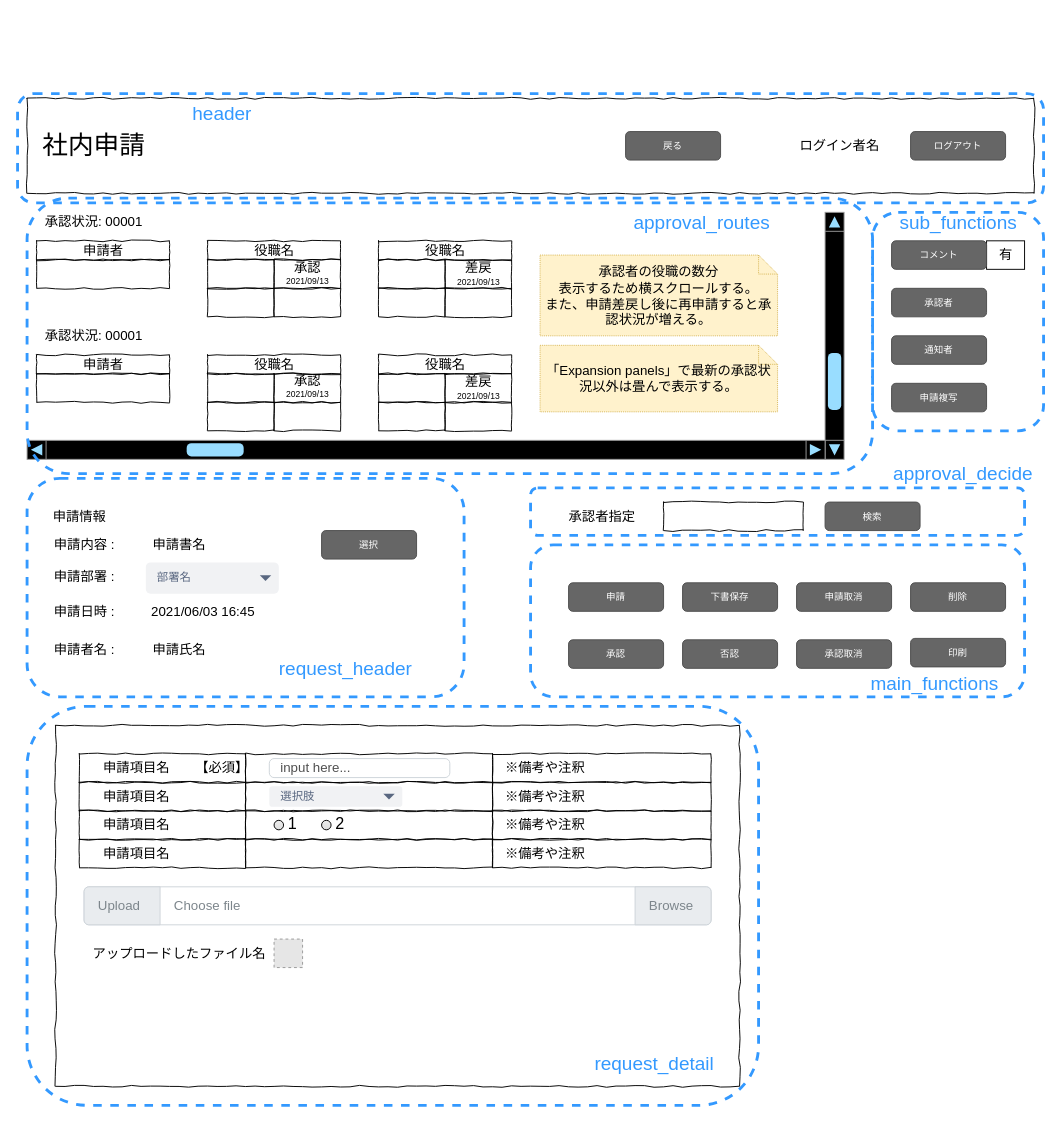
Earlier version of the draw.io diagram page "s020申請詳細" (10 of 10) of docs/設計資料/01_画面/画面イメージ.drawio (haphuongnt96/Django-REST-Practice). Source tidied: cells renumbered, new cells numbered last; positions are measured from the earlier drawing's top-left corner, leaving out a move shared by most shapes. Both pictures are drawn from the tidied source at 95%, with x=0, y=0 at pixel (17, 93). Pictures stored in the file or linked from it are replaced by grey dashed boxes.
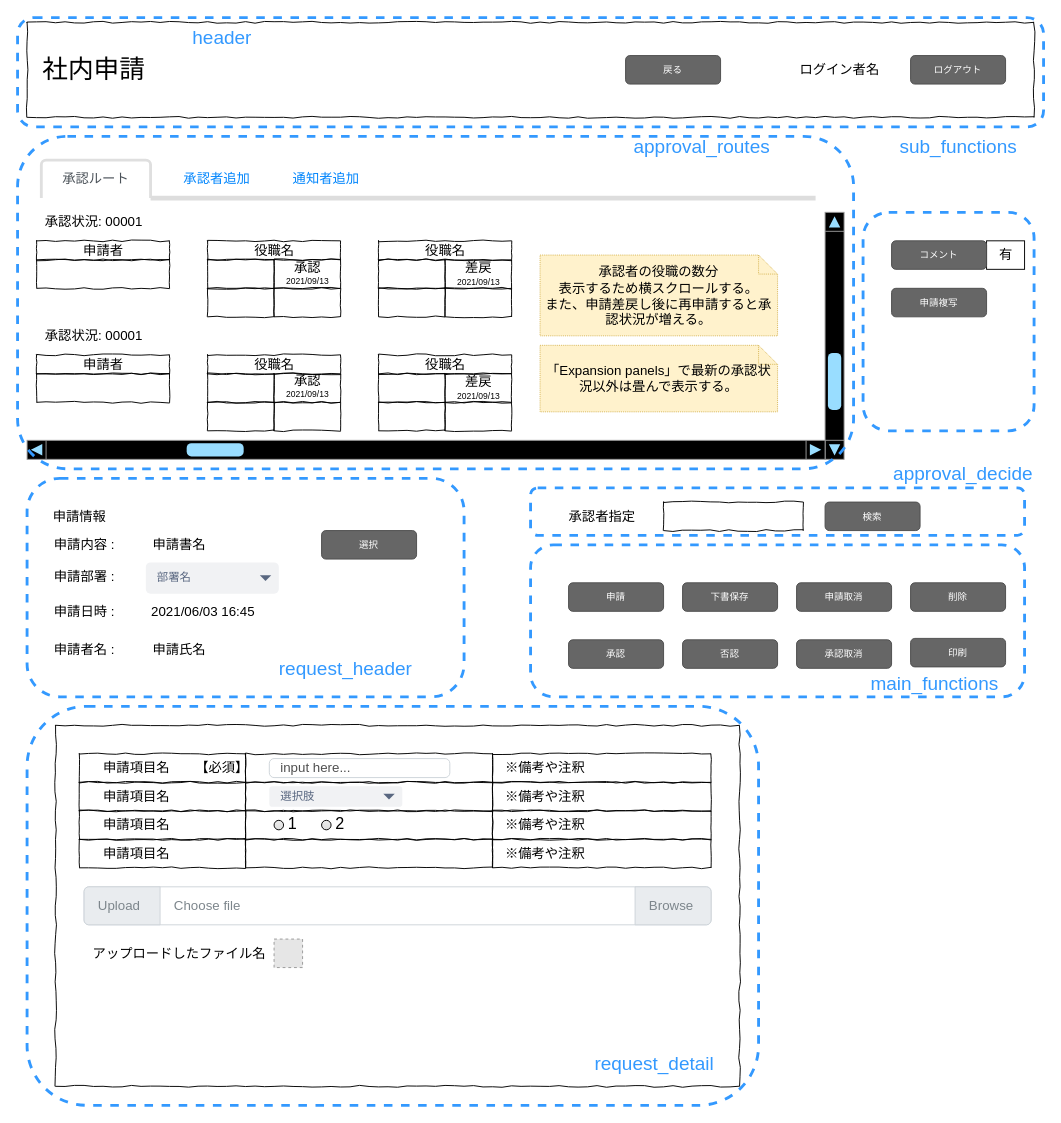
Above is the later version.

Commit message:
申請詳細イメージ変更

Change to the diagram source:
```diff
@@
     <mxCell id="2" style="whiteSpace=wrap;html=1;rounded=0;shadow=0;labelBackgroundColor=none;strokeColor=#000000;strokeWidth=1;fontFamily=Verdana;fontSize=12;fontColor=#000000;align=center;comic=1;" parent="1" vertex="1">
-      <mxGeometry x="10" y="5" width="1060" height="100" as="geometry" />
+      <mxGeometry x="10" y="-75" width="1060" height="100" as="geometry" />
     </mxCell>
@@
     <mxCell id="4" value="header" style="text;html=1;align=center;verticalAlign=middle;fillColor=none;strokeColor=none;rounded=0;fontSize=20;fontColor=#3399FF;" parent="1" vertex="1">
-      <mxGeometry x="175" y="5" width="80" height="30" as="geometry" />
+      <mxGeometry x="175" y="-75" width="80" height="30" as="geometry" />
     </mxCell>
     <mxCell id="5" value="戻る" style="rounded=1;html=1;shadow=0;dashed=0;whiteSpace=wrap;fontSize=10;fillColor=#666666;align=center;strokeColor=#4D4D4D;fontColor=#ffffff;" parent="1" vertex="1">
-      <mxGeometry x="640" y="40" width="100" height="30" as="geometry" />
+      <mxGeometry x="640" y="-40" width="100" height="30" as="geometry" />
     </mxCell>
     <mxCell id="6" value="ログアウト" style="rounded=1;html=1;shadow=0;dashed=0;whiteSpace=wrap;fontSize=10;fillColor=#666666;align=center;strokeColor=#4D4D4D;fontColor=#ffffff;" parent="1" vertex="1">
-      <mxGeometry x="940" y="40" width="100" height="30" as="geometry" />
+      <mxGeometry x="940" y="-40" width="100" height="30" as="geometry" />
     </mxCell>
@@
     <mxCell id="44" value="approval_routes" style="text;html=1;align=center;verticalAlign=middle;fillColor=none;strokeColor=none;rounded=0;fontSize=20;fontColor=#3399FF;" parent="1" vertex="1">
-      <mxGeometry x="640" y="120" width="160" height="30" as="geometry" />
+      <mxGeometry x="640" y="40" width="160" height="30" as="geometry" />
     </mxCell>
-    <mxCell id="45" value="承認者" style="rounded=1;html=1;shadow=0;dashed=0;whiteSpace=wrap;fontSize=10;fillColor=#666666;align=center;strokeColor=#4D4D4D;fontColor=#ffffff;" parent="1" vertex="1">
-      <mxGeometry x="920" y="205" width="100" height="30" as="geometry" />
-    </mxCell>
     <mxCell id="46" value="申請複写" style="rounded=1;html=1;shadow=0;dashed=0;whiteSpace=wrap;fontSize=10;fillColor=#666666;align=center;strokeColor=#4D4D4D;fontColor=#ffffff;" parent="1" vertex="1">
-      <mxGeometry x="920" y="305" width="100" height="30" as="geometry" />
+      <mxGeometry x="920" y="205" width="100" height="30" as="geometry" />
     </mxCell>
@@
     <mxCell id="50" value="sub_functions" style="text;html=1;align=center;verticalAlign=middle;fillColor=none;strokeColor=none;rounded=0;fontSize=20;fontColor=#3399FF;" parent="1" vertex="1">
-      <mxGeometry x="920" y="120" width="140" height="30" as="geometry" />
+      <mxGeometry x="920" y="40" width="140" height="30" as="geometry" />
     </mxCell>
@@
     <mxCell id="54" value="ログイン者名" style="text;html=1;align=center;verticalAlign=middle;fillColor=none;strokeColor=none;rounded=0;dashed=1;fontSize=14;" parent="1" vertex="1">
-      <mxGeometry x="815" y="45" width="100" height="20" as="geometry" />
+      <mxGeometry x="815" y="-35" width="100" height="20" as="geometry" />
     </mxCell>
@@
-    <mxCell id="67" value="通知者" style="rounded=1;html=1;shadow=0;dashed=0;whiteSpace=wrap;fontSize=10;fillColor=#666666;align=center;strokeColor=#4D4D4D;fontColor=#ffffff;" parent="1" vertex="1">
-      <mxGeometry x="920" y="255" width="100" height="30" as="geometry" />
-    </mxCell>
@@
     <mxCell id="91" style="rounded=1;whiteSpace=wrap;html=1;fontSize=30;fontColor=#3399FF;fillColor=none;dashed=1;strokeWidth=3;strokeColor=#3399FF;" parent="1" vertex="1">
-      <mxGeometry width="1080" height="115" as="geometry" />
+      <mxGeometry y="-80" width="1080" height="115" as="geometry" />
     </mxCell>
     <mxCell id="92" style="rounded=1;whiteSpace=wrap;html=1;fontSize=30;fontColor=#3399FF;fillColor=none;dashed=1;strokeWidth=3;strokeColor=#3399FF;" parent="1" vertex="1">
-      <mxGeometry x="900" y="125" width="180" height="230" as="geometry" />
+      <mxGeometry x="890" y="125" width="180" height="230" as="geometry" />
     </mxCell>
     <mxCell id="93" style="rounded=1;whiteSpace=wrap;html=1;fontSize=30;fontColor=#3399FF;fillColor=none;dashed=1;strokeWidth=3;strokeColor=#3399FF;fontStyle=0;" parent="1" vertex="1">
-      <mxGeometry x="10" y="110" width="890" height="290" as="geometry" />
+      <mxGeometry y="45" width="880" height="350" as="geometry" />
     </mxCell>
@@
     <mxCell id="108" value="社内申請" style="text;html=1;align=center;verticalAlign=middle;fillColor=none;strokeColor=none;rounded=0;dashed=1;fontSize=27;" parent="1" vertex="1">
-      <mxGeometry x="20" y="35" width="120" height="40" as="geometry" />
+      <mxGeometry x="20" y="-45" width="120" height="40" as="geometry" />
     </mxCell>
@@
+    <mxCell id="125" value="承認ルート" style="html=1;shadow=0;dashed=0;shape=mxgraph.bootstrap.tabTop;strokeColor=#DFDFDF;fillColor=#ffffff;rSize=5;perimeter=none;whiteSpace=wrap;align=center;spacing=20;fontSize=14;fontColor=#4B5259;strokeWidth=3;" parent="1" vertex="1">
+      <mxGeometry x="25" y="70" width="115" height="40" as="geometry" />
+    </mxCell>
+    <mxCell id="126" value="承認者追加" style="strokeColor=none;fillColor=none;rSize=5;perimeter=none;whiteSpace=wrap;align=center;spacing=20;fontSize=14;fontColor=#0085FC;" parent="1" vertex="1">
+      <mxGeometry x="150" y="70" width="120" height="40" as="geometry" />
+    </mxCell>
+    <mxCell id="127" value="通知者追加" style="strokeColor=none;fillColor=none;rSize=5;perimeter=none;whiteSpace=wrap;align=center;spacing=20;fontSize=14;fontColor=#0085FC;" parent="1" vertex="1">
+      <mxGeometry x="265" y="70" width="120" height="40" as="geometry" />
+    </mxCell>
+    <mxCell id="128" style="shape=line;strokeColor=#dddddd;strokeWidth=5;" parent="1" vertex="1">
+      <mxGeometry x="140" y="105" width="700" height="10" as="geometry" />
+    </mxCell>
```
